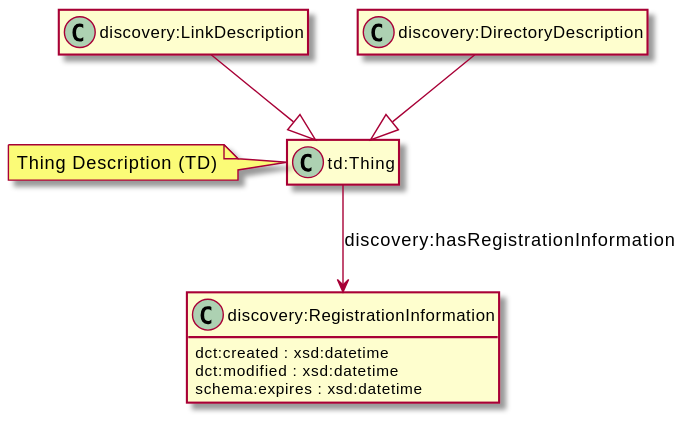
Earlier version of the PlantUML export images/directory-td-class-diagram.svg (w3c/wot-discovery).
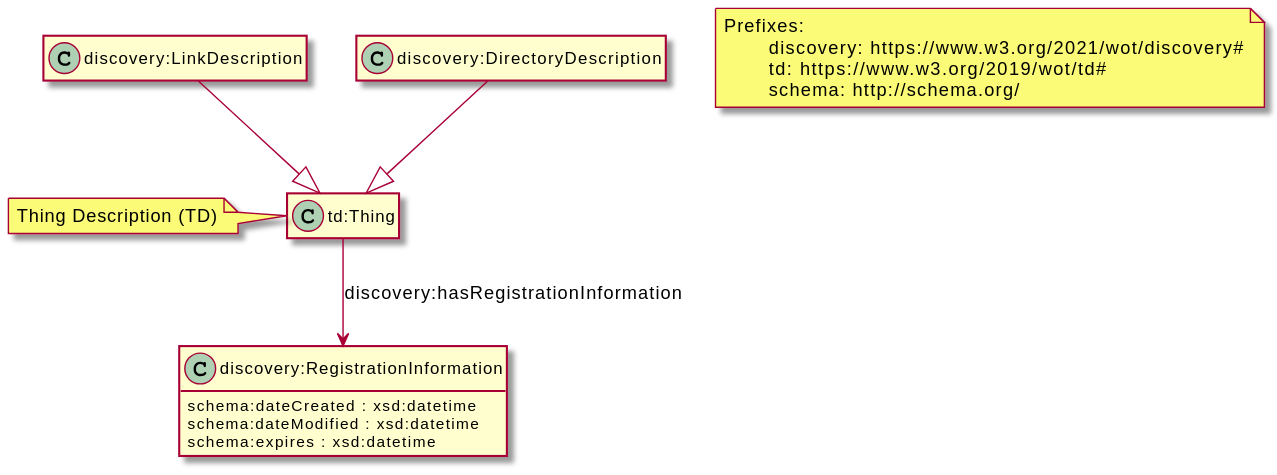
After the commit.

Change to the diagram source:
```diff
@@ -3,8 +3,8 @@
 class "td:Thing"
 
 class "discovery:RegistrationInformation" {
-  dct:created : xsd:datetime
-  dct:modified : xsd:datetime
+  schema:dateCreated : xsd:datetime
+  schema:dateModified : xsd:datetime
   schema:expires : xsd:datetime
 }
 
@@ -21,4 +21,5 @@
 "discovery:DirectoryDescription" --|> "td:Thing"
 
 show "discovery:RegistrationInformation" attributes
+note "Prefixes:\n\tdiscovery: https://www.w3.org/2021/wot/discovery#\n\ttd: https://www.w3.org/2019/wot/td#\n\tschema: http://schema.org/" as N1
 @enduml
```
